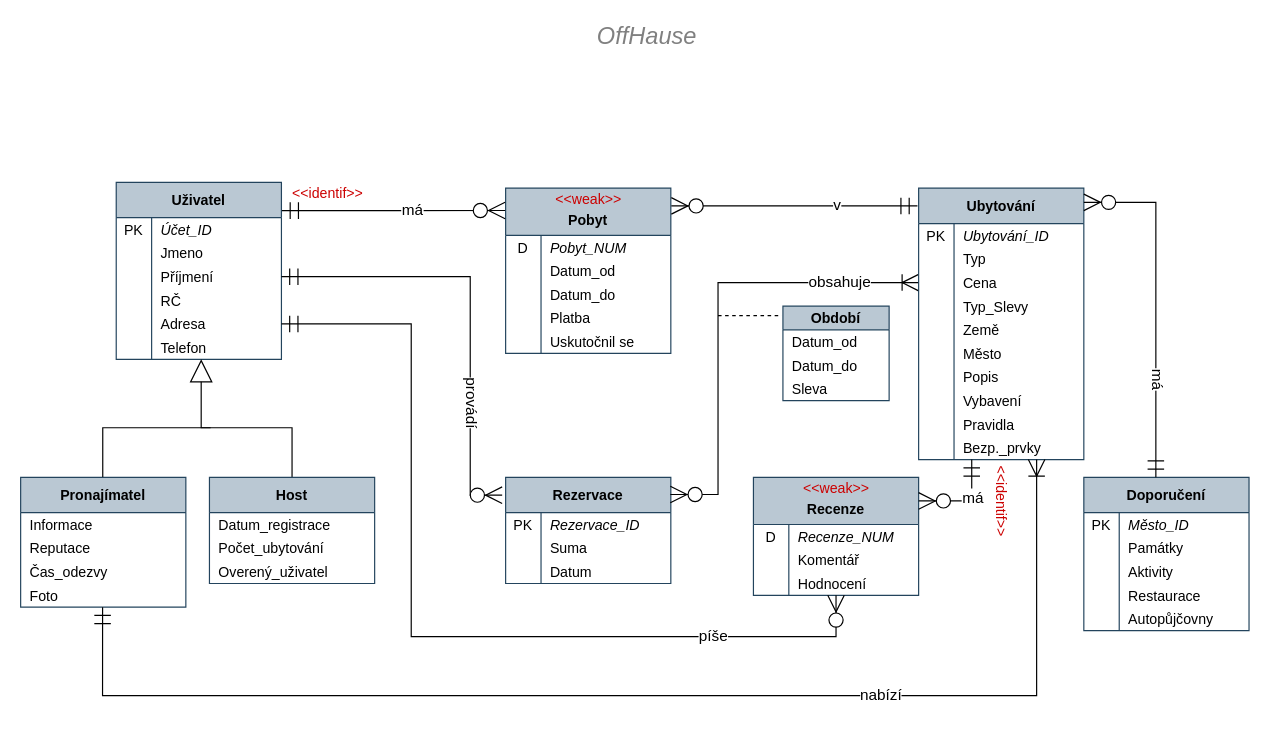
44sides/-VUT-IDS keeps this draw.io diagram as er-n.drawio. Above is the earlier version. Source tidied: cells renumbered, new cells numbered last; positions are measured from the earlier drawing's top-left corner, leaving out a move shared by most shapes. Both pictures are drawn from the tidied source at 118%, with x=0, y=0 at pixel (20, 22).
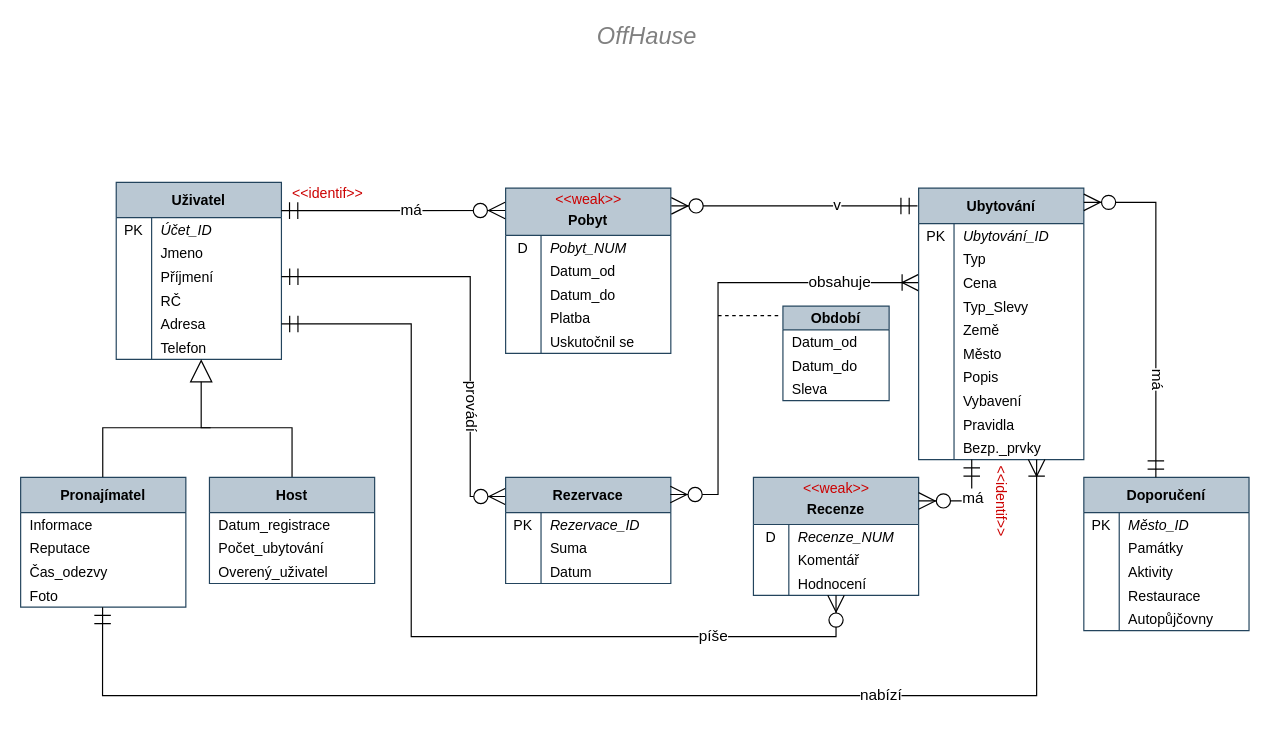
The same page after the edit.

Unchanged cells that the change refers to:
```xml
<mxCell id="2" value="Uživatel" style="shape=table;startSize=30;childLayout=tableLayout;rowLines=0;fontStyle=1;align=center;strokeWidth=1;swimlaneFillColor=none;rounded=0;sketch=0;shadow=0;verticalAlign=middle;labelBackgroundColor=none;labelBorderColor=none;columnLines=1;horizontal=1;portConstraintRotation=0;flipH=1;flipV=0;fillColor=#bac8d3;strokeColor=#23445d;arcSize=15;labelPadding=0;perimeterSpacing=0;fontSize=12;spacing=2;spacingLeft=0;spacingTop=0;direction=east;" parent="1" vertex="1">
  <mxGeometry x="81" y="135" width="140" height="150" as="geometry" />
</mxCell>
<mxCell id="9" style="shape=partialRectangle;fillColor=none;points=[[0,0.5],[1,0.5]];portConstraint=eastwest;top=0;left=0;right=0;bottom=0;" parent="2" vertex="1">
  <mxGeometry y="70" width="140" height="20" as="geometry" />
</mxCell>
<mxCell id="21" value="&#10;Pobyt" style="shape=table;startSize=40;childLayout=tableLayout;rowLines=0;fontStyle=1;align=center;strokeWidth=1;swimlaneFillColor=none;rounded=0;sketch=0;shadow=0;verticalAlign=middle;labelBackgroundColor=none;labelBorderColor=none;columnLines=1;horizontal=1;portConstraintRotation=0;flipH=1;flipV=0;fillColor=#bac8d3;strokeColor=#23445d;arcSize=15;labelPadding=0;perimeterSpacing=0;fontSize=12;spacing=2;spacingLeft=0;spacingTop=0;direction=east;" parent="1" vertex="1">
  <mxGeometry x="411" y="140" width="140" height="140" as="geometry" />
</mxCell>
<mxCell id="51" value="Rezervace" style="shape=table;startSize=30;childLayout=tableLayout;rowLines=0;fontStyle=1;align=center;strokeWidth=1;swimlaneFillColor=none;rounded=0;sketch=0;shadow=0;verticalAlign=middle;labelBackgroundColor=none;labelBorderColor=none;columnLines=1;horizontal=1;portConstraintRotation=0;flipH=1;flipV=0;fillColor=#bac8d3;strokeColor=#23445d;arcSize=15;labelPadding=0;perimeterSpacing=0;fontSize=12;spacing=2;spacingLeft=0;spacingTop=0;direction=east;" parent="1" vertex="1">
  <mxGeometry x="411" y="385" width="140" height="90" as="geometry" />
</mxCell>
```

What changed in the source:
```diff
@@
-    <mxCell id="37" style="endArrow=ERzeroToMany;html=1;fontSize=12;edgeStyle=orthogonalEdgeStyle;rounded=0;startArrow=ERmandOne;startFill=0;endFill=1;startSize=12;endSize=12;entryX=1.003;entryY=0.135;entryDx=0;entryDy=0;entryPerimeter=0;exitX=-0.003;exitY=0.16;exitDx=0;exitDy=0;exitPerimeter=0;" parent="1" edge="1" source="2" target="21">
+    <mxCell id="37" style="endArrow=ERzeroToMany;html=1;fontSize=12;edgeStyle=orthogonalEdgeStyle;rounded=0;startArrow=ERmandOne;startFill=0;endFill=1;startSize=12;endSize=12;entryX=1.003;entryY=0.135;entryDx=0;entryDy=0;entryPerimeter=0;exitX=0.001;exitY=0.16;exitDx=0;exitDy=0;exitPerimeter=0;" parent="1" edge="1" source="2" target="21">
       <mxGeometry relative="1" as="geometry" />
     </mxCell>
@@
-    <mxCell id="49" style="endArrow=ERzeroToMany;html=1;fontSize=12;edgeStyle=elbowEdgeStyle;rounded=0;startArrow=ERmandOne;startFill=0;endFill=1;startSize=12;endSize=12;entryX=1.021;entryY=0.168;entryDx=0;entryDy=0;entryPerimeter=0;" parent="1" edge="1" source="9" target="51">
+    <mxCell id="49" style="endArrow=ERzeroToMany;html=1;fontSize=12;edgeStyle=elbowEdgeStyle;rounded=0;startArrow=ERmandOne;startFill=0;endFill=1;startSize=12;endSize=12;entryX=1;entryY=0.181;entryDx=0;entryDy=0;entryPerimeter=0;" parent="1" edge="1" source="9" target="51">
       <mxGeometry relative="1" as="geometry">
         <Array as="points">
           <mxPoint x="381" y="300" />
           <mxPoint x="371" y="290" />
           <mxPoint x="381" y="290" />
           <mxPoint x="371" y="290" />
           <mxPoint x="381" y="290" />
           <mxPoint x="371" y="310" />
           <mxPoint x="341" y="330" />
           <mxPoint x="331" y="350" />
           <mxPoint x="321" y="340" />
           <mxPoint x="352" y="429" />
         </Array>
       </mxGeometry>
     </mxCell>
```
